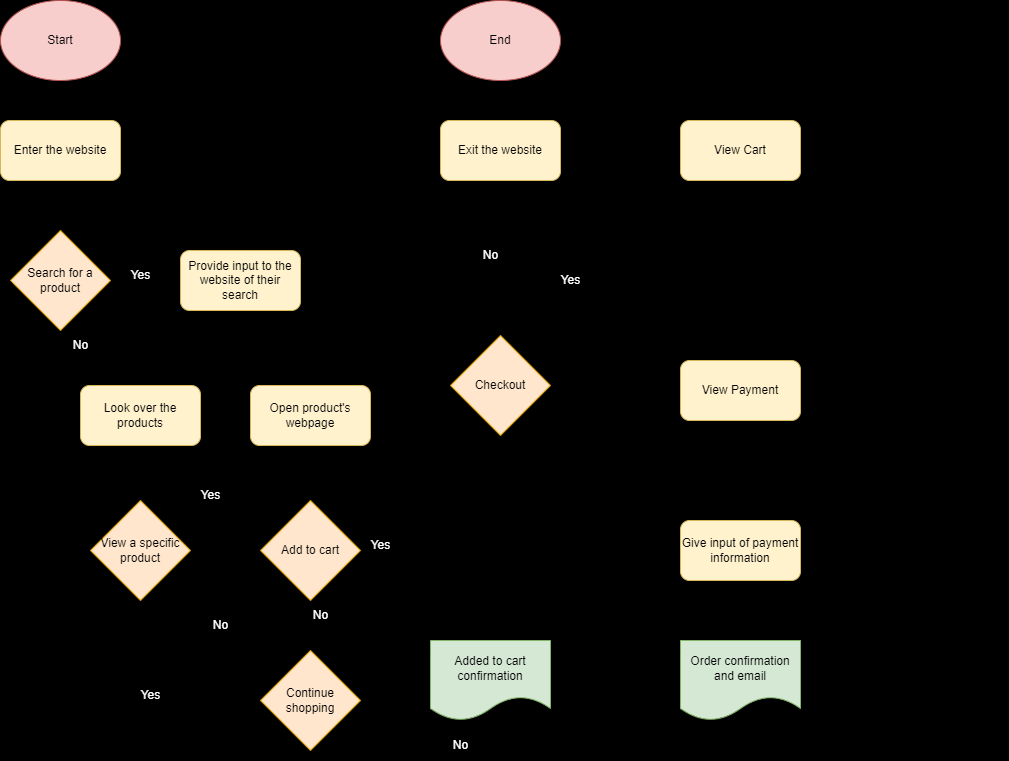
Before: explore/diagramming/diagram.drawio.png, a diagram exported from draw.io (Nahuey/sp23-cse110-lab4). Source tidied: cells renumbered, new cells last; positions are measured from the earlier drawing's top-left corner, leaving out a move shared by most shapes.
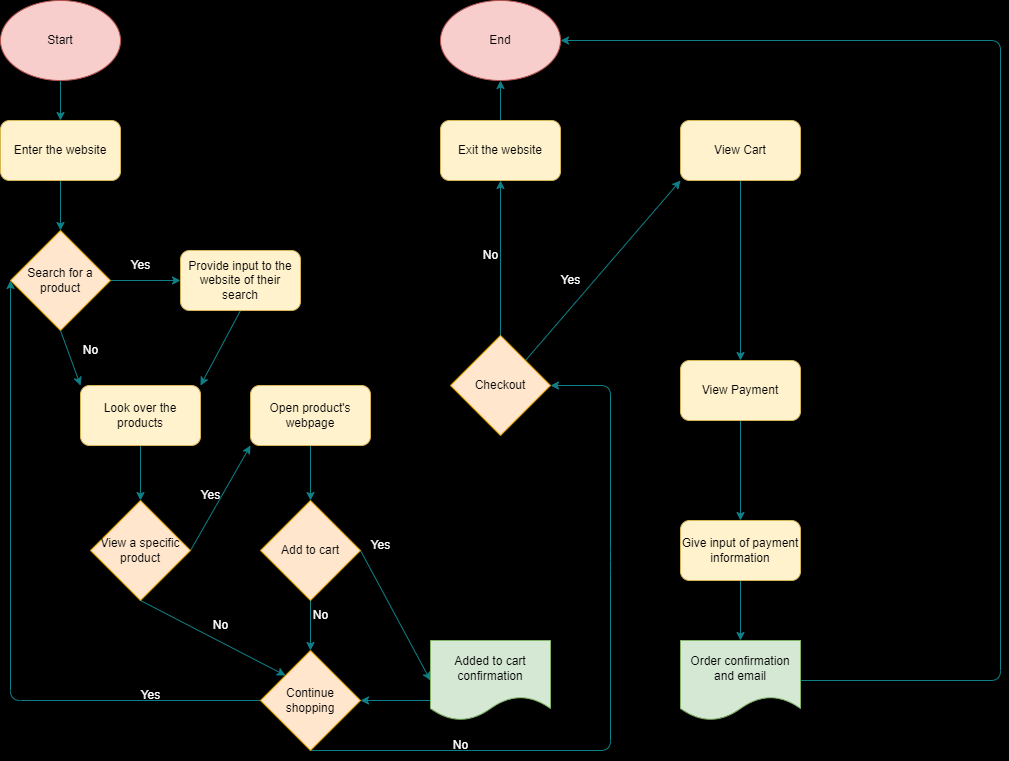
After the commit.

Commit message:
Edit lines in diagram

Diff of the diagram source:
```diff
@@ -2,62 +2,62 @@
   <root>
     <mxCell id="0" />
     <mxCell id="1" parent="0" />
-    <mxCell id="2" style="edgeStyle=none;html=1;exitX=0.5;exitY=1;exitDx=0;exitDy=0;entryX=0.5;entryY=0;entryDx=0;entryDy=0;fontColor=#000000;" parent="1" edge="1" source="3" target="5">
+    <mxCell id="2" style="edgeStyle=none;html=1;exitX=0.5;exitY=1;exitDx=0;exitDy=0;entryX=0.5;entryY=0;entryDx=0;entryDy=0;fontColor=#000000;strokeColor=#0e8088;fillColor=#b0e3e6;" parent="1" edge="1" source="3" target="5">
       <mxGeometry relative="1" as="geometry" />
     </mxCell>
     <mxCell id="3" value="&lt;font color=&quot;#000000&quot;&gt;Start&lt;/font&gt;" style="ellipse;whiteSpace=wrap;html=1;fillColor=#f8cecc;strokeColor=#b85450;" parent="1" vertex="1">
       <mxGeometry width="120" height="80" as="geometry" />
     </mxCell>
-    <mxCell id="4" style="edgeStyle=none;html=1;exitX=0.5;exitY=1;exitDx=0;exitDy=0;fontColor=#000000;" parent="1" edge="1" source="5" target="8">
+    <mxCell id="4" style="edgeStyle=none;html=1;exitX=0.5;exitY=1;exitDx=0;exitDy=0;fontColor=#000000;fillColor=#b0e3e6;strokeColor=#0e8088;" parent="1" edge="1" source="5" target="8">
       <mxGeometry relative="1" as="geometry" />
     </mxCell>
     <mxCell id="5" value="&lt;font color=&quot;#000000&quot;&gt;Enter the website&lt;/font&gt;" style="rounded=1;whiteSpace=wrap;html=1;fillColor=#fff2cc;strokeColor=#d6b656;" parent="1" vertex="1">
       <mxGeometry y="120" width="120" height="60" as="geometry" />
     </mxCell>
-    <mxCell id="6" style="edgeStyle=none;html=1;exitX=1;exitY=0.5;exitDx=0;exitDy=0;entryX=0;entryY=0.5;entryDx=0;entryDy=0;fontColor=#000000;" parent="1" edge="1" source="8" target="10">
+    <mxCell id="6" style="edgeStyle=none;html=1;exitX=1;exitY=0.5;exitDx=0;exitDy=0;entryX=0;entryY=0.5;entryDx=0;entryDy=0;fontColor=#000000;fillColor=#b0e3e6;strokeColor=#0e8088;" parent="1" edge="1" source="8" target="10">
       <mxGeometry relative="1" as="geometry" />
     </mxCell>
-    <mxCell id="7" style="edgeStyle=none;html=1;exitX=0.5;exitY=1;exitDx=0;exitDy=0;entryX=0;entryY=0;entryDx=0;entryDy=0;fontColor=#000000;" parent="1" edge="1" source="8" target="13">
+    <mxCell id="7" style="edgeStyle=none;html=1;exitX=0.5;exitY=1;exitDx=0;exitDy=0;entryX=0;entryY=0;entryDx=0;entryDy=0;fontColor=#000000;fillColor=#b0e3e6;strokeColor=#0e8088;" parent="1" edge="1" source="8" target="13">
       <mxGeometry relative="1" as="geometry" />
     </mxCell>
     <mxCell id="8" value="&lt;font color=&quot;#000000&quot;&gt;Search for a product&lt;/font&gt;" style="rhombus;whiteSpace=wrap;html=1;fillColor=#ffe6cc;strokeColor=#d79b00;" parent="1" vertex="1">
       <mxGeometry x="10" y="230" width="100" height="100" as="geometry" />
     </mxCell>
-    <mxCell id="9" style="edgeStyle=none;html=1;exitX=0.5;exitY=1;exitDx=0;exitDy=0;entryX=1;entryY=0;entryDx=0;entryDy=0;fontColor=#000000;" parent="1" edge="1" source="10" target="13">
+    <mxCell id="9" style="edgeStyle=none;html=1;exitX=0.5;exitY=1;exitDx=0;exitDy=0;entryX=1;entryY=0;entryDx=0;entryDy=0;fontColor=#000000;fillColor=#b0e3e6;strokeColor=#0e8088;" parent="1" edge="1" source="10" target="13">
       <mxGeometry relative="1" as="geometry" />
     </mxCell>
     <mxCell id="10" value="&lt;font color=&quot;#000000&quot;&gt;Provide input to the website of their search&lt;/font&gt;" style="rounded=1;whiteSpace=wrap;html=1;fillColor=#fff2cc;strokeColor=#d6b656;" parent="1" vertex="1">
       <mxGeometry x="180" y="250" width="120" height="60" as="geometry" />
     </mxCell>
     <mxCell id="11" value="&lt;font color=&quot;#ffffff&quot;&gt;Yes&lt;/font&gt;" style="text;html=1;align=center;verticalAlign=middle;strokeColor=none;fillColor=none;fontColor=#000000;" parent="1" vertex="1">
-      <mxGeometry x="120" y="260" width="40" height="30" as="geometry" />
+      <mxGeometry x="120" y="250" width="40" height="30" as="geometry" />
     </mxCell>
-    <mxCell id="12" style="edgeStyle=none;html=1;exitX=0.5;exitY=1;exitDx=0;exitDy=0;fontColor=#FFFFFF;" parent="1" edge="1" source="13" target="17">
+    <mxCell id="12" style="edgeStyle=none;html=1;exitX=0.5;exitY=1;exitDx=0;exitDy=0;fontColor=#FFFFFF;fillColor=#b0e3e6;strokeColor=#0e8088;" parent="1" edge="1" source="13" target="17">
       <mxGeometry relative="1" as="geometry" />
     </mxCell>
     <mxCell id="13" value="&lt;font color=&quot;#000000&quot;&gt;Look over the products&lt;/font&gt;" style="rounded=1;whiteSpace=wrap;html=1;fillColor=#fff2cc;strokeColor=#d6b656;" parent="1" vertex="1">
       <mxGeometry x="80" y="385" width="120" height="60" as="geometry" />
     </mxCell>
     <mxCell id="14" value="&lt;font color=&quot;#ffffff&quot;&gt;No&lt;/font&gt;" style="text;html=1;align=center;verticalAlign=middle;strokeColor=none;fillColor=none;fontColor=#000000;" parent="1" vertex="1">
-      <mxGeometry x="60" y="330" width="40" height="30" as="geometry" />
+      <mxGeometry x="70" y="335" width="40" height="30" as="geometry" />
     </mxCell>
-    <mxCell id="15" style="edgeStyle=none;html=1;exitX=0.5;exitY=1;exitDx=0;exitDy=0;entryX=0;entryY=0;entryDx=0;entryDy=0;fontColor=#000000;" parent="1" edge="1" source="17" target="20">
+    <mxCell id="15" style="edgeStyle=none;html=1;exitX=0.5;exitY=1;exitDx=0;exitDy=0;entryX=0;entryY=0;entryDx=0;entryDy=0;fontColor=#000000;fillColor=#b0e3e6;strokeColor=#0e8088;" parent="1" edge="1" source="17" target="20">
       <mxGeometry relative="1" as="geometry" />
     </mxCell>
-    <mxCell id="16" style="edgeStyle=none;html=1;exitX=1;exitY=0.5;exitDx=0;exitDy=0;entryX=0;entryY=1;entryDx=0;entryDy=0;fontColor=#000000;" parent="1" edge="1" source="17" target="24">
+    <mxCell id="16" style="edgeStyle=none;html=1;exitX=1;exitY=0.5;exitDx=0;exitDy=0;entryX=0;entryY=1;entryDx=0;entryDy=0;fontColor=#000000;fillColor=#b0e3e6;strokeColor=#0e8088;" parent="1" edge="1" source="17" target="24">
       <mxGeometry relative="1" as="geometry" />
     </mxCell>
     <mxCell id="17" value="&lt;font color=&quot;#000000&quot;&gt;View a specific product&lt;/font&gt;" style="rhombus;whiteSpace=wrap;html=1;fillColor=#ffe6cc;strokeColor=#d79b00;" parent="1" vertex="1">
       <mxGeometry x="90" y="500" width="100" height="100" as="geometry" />
     </mxCell>
-    <mxCell id="18" style="edgeStyle=none;html=1;exitX=0;exitY=0.5;exitDx=0;exitDy=0;entryX=0;entryY=0.5;entryDx=0;entryDy=0;fontColor=#FFFFFF;" parent="1" edge="1" source="20" target="8">
+    <mxCell id="18" style="edgeStyle=none;html=1;exitX=0;exitY=0.5;exitDx=0;exitDy=0;entryX=0;entryY=0.5;entryDx=0;entryDy=0;fontColor=#FFFFFF;fillColor=#b0e3e6;strokeColor=#0e8088;" parent="1" edge="1" source="20" target="8">
       <mxGeometry relative="1" as="geometry">
         <Array as="points">
           <mxPoint x="10" y="700" />
         </Array>
       </mxGeometry>
     </mxCell>
-    <mxCell id="19" style="edgeStyle=none;html=1;exitX=0.5;exitY=1;exitDx=0;exitDy=0;fontColor=#000000;entryX=1;entryY=0.5;entryDx=0;entryDy=0;" parent="1" edge="1" source="20" target="35">
+    <mxCell id="19" style="edgeStyle=none;html=1;exitX=0.5;exitY=1;exitDx=0;exitDy=0;fontColor=#000000;entryX=1;entryY=0.5;entryDx=0;entryDy=0;fillColor=#b0e3e6;strokeColor=#0e8088;" parent="1" edge="1" source="20" target="35">
       <mxGeometry relative="1" as="geometry">
         <Array as="points">
           <mxPoint x="610" y="750" />
@@ -75,7 +75,7 @@
     <mxCell id="22" value="Yes" style="text;html=1;align=center;verticalAlign=middle;strokeColor=none;fillColor=none;fontColor=#FFFFFF;" parent="1" vertex="1">
       <mxGeometry x="130" y="680" width="40" height="30" as="geometry" />
     </mxCell>
-    <mxCell id="23" style="edgeStyle=none;html=1;exitX=0.5;exitY=1;exitDx=0;exitDy=0;entryX=0.5;entryY=0;entryDx=0;entryDy=0;fontColor=#000000;" parent="1" edge="1" source="24" target="28">
+    <mxCell id="23" style="edgeStyle=none;html=1;exitX=0.5;exitY=1;exitDx=0;exitDy=0;entryX=0.5;entryY=0;entryDx=0;entryDy=0;fontColor=#000000;fillColor=#b0e3e6;strokeColor=#0e8088;" parent="1" edge="1" source="24" target="28">
       <mxGeometry relative="1" as="geometry" />
     </mxCell>
     <mxCell id="24" value="&lt;font color=&quot;#000000&quot;&gt;Open product's webpage&lt;/font&gt;" style="rounded=1;whiteSpace=wrap;html=1;fillColor=#fff2cc;strokeColor=#d6b656;" parent="1" vertex="1">
@@ -84,10 +84,10 @@
     <mxCell id="25" value="Yes" style="text;html=1;align=center;verticalAlign=middle;strokeColor=none;fillColor=none;fontColor=#FFFFFF;" parent="1" vertex="1">
       <mxGeometry x="190" y="480" width="40" height="30" as="geometry" />
     </mxCell>
-    <mxCell id="26" style="edgeStyle=none;html=1;exitX=1;exitY=0.5;exitDx=0;exitDy=0;entryX=0;entryY=0.5;entryDx=0;entryDy=0;fontColor=#000000;" parent="1" edge="1" source="28" target="31">
+    <mxCell id="26" style="edgeStyle=none;html=1;exitX=1;exitY=0.5;exitDx=0;exitDy=0;entryX=0;entryY=0.5;entryDx=0;entryDy=0;fontColor=#000000;fillColor=#b0e3e6;strokeColor=#0e8088;" parent="1" edge="1" source="28" target="31">
       <mxGeometry relative="1" as="geometry" />
     </mxCell>
-    <mxCell id="27" style="edgeStyle=none;html=1;exitX=0.5;exitY=1;exitDx=0;exitDy=0;entryX=0.5;entryY=0;entryDx=0;entryDy=0;fontColor=#000000;" parent="1" edge="1" source="28" target="20">
+    <mxCell id="27" style="edgeStyle=none;html=1;exitX=0.5;exitY=1;exitDx=0;exitDy=0;entryX=0.5;entryY=0;entryDx=0;entryDy=0;fontColor=#000000;fillColor=#b0e3e6;strokeColor=#0e8088;" parent="1" edge="1" source="28" target="20">
       <mxGeometry relative="1" as="geometry" />
     </mxCell>
     <mxCell id="28" value="&lt;font color=&quot;#000000&quot;&gt;Add to cart&lt;/font&gt;" style="rhombus;whiteSpace=wrap;html=1;fillColor=#ffe6cc;strokeColor=#d79b00;" parent="1" vertex="1">
@@ -96,7 +96,7 @@
     <mxCell id="29" value="No" style="text;html=1;align=center;verticalAlign=middle;strokeColor=none;fillColor=none;fontColor=#FFFFFF;" parent="1" vertex="1">
       <mxGeometry x="300" y="600" width="40" height="30" as="geometry" />
     </mxCell>
-    <mxCell id="30" style="edgeStyle=none;html=1;exitX=0;exitY=0.75;exitDx=0;exitDy=0;entryX=1;entryY=0.5;entryDx=0;entryDy=0;fontColor=#000000;" parent="1" edge="1" source="31" target="20">
+    <mxCell id="30" style="edgeStyle=none;html=1;exitX=0;exitY=0.75;exitDx=0;exitDy=0;entryX=1;entryY=0.5;entryDx=0;entryDy=0;fontColor=#000000;fillColor=#b0e3e6;strokeColor=#0e8088;" parent="1" edge="1" source="31" target="20">
       <mxGeometry relative="1" as="geometry" />
     </mxCell>
     <mxCell id="31" value="&lt;font color=&quot;#000000&quot;&gt;Added to cart confirmation&lt;/font&gt;" style="shape=document;whiteSpace=wrap;html=1;boundedLbl=1;fillColor=#d5e8d4;strokeColor=#82b366;" parent="1" vertex="1">
@@ -105,10 +105,10 @@
     <mxCell id="32" value="Yes" style="text;html=1;align=center;verticalAlign=middle;strokeColor=none;fillColor=none;fontColor=#FFFFFF;" parent="1" vertex="1">
       <mxGeometry x="360" y="530" width="40" height="30" as="geometry" />
     </mxCell>
-    <mxCell id="33" style="edgeStyle=none;html=1;exitX=0.5;exitY=0;exitDx=0;exitDy=0;entryX=0.5;entryY=1;entryDx=0;entryDy=0;fontColor=#000000;" parent="1" edge="1" source="35" target="38">
+    <mxCell id="33" style="edgeStyle=none;html=1;exitX=0.5;exitY=0;exitDx=0;exitDy=0;entryX=0.5;entryY=1;entryDx=0;entryDy=0;fontColor=#000000;fillColor=#b0e3e6;strokeColor=#0e8088;" parent="1" edge="1" source="35" target="38">
       <mxGeometry relative="1" as="geometry" />
     </mxCell>
-    <mxCell id="34" style="edgeStyle=none;html=1;exitX=1;exitY=0;exitDx=0;exitDy=0;entryX=0;entryY=1;entryDx=0;entryDy=0;fontColor=#000000;" parent="1" edge="1" source="35" target="42">
+    <mxCell id="34" style="edgeStyle=none;html=1;exitX=1;exitY=0;exitDx=0;exitDy=0;entryX=0;entryY=1;entryDx=0;entryDy=0;fontColor=#000000;fillColor=#b0e3e6;strokeColor=#0e8088;" parent="1" edge="1" source="35" target="42">
       <mxGeometry relative="1" as="geometry" />
     </mxCell>
     <mxCell id="35" value="&lt;font color=&quot;#000000&quot;&gt;Checkout&lt;/font&gt;" style="rhombus;whiteSpace=wrap;html=1;fillColor=#ffe6cc;strokeColor=#d79b00;" parent="1" vertex="1">
@@ -117,7 +117,7 @@
     <mxCell id="36" value="No" style="text;html=1;align=center;verticalAlign=middle;strokeColor=none;fillColor=none;fontColor=#FFFFFF;" parent="1" vertex="1">
       <mxGeometry x="440" y="730" width="40" height="30" as="geometry" />
     </mxCell>
-    <mxCell id="37" style="edgeStyle=none;html=1;exitX=0.5;exitY=0;exitDx=0;exitDy=0;entryX=0.5;entryY=1;entryDx=0;entryDy=0;fontColor=#000000;" parent="1" edge="1" source="38" target="39">
+    <mxCell id="37" style="edgeStyle=none;html=1;exitX=0.5;exitY=0;exitDx=0;exitDy=0;entryX=0.5;entryY=1;entryDx=0;entryDy=0;fontColor=#000000;fillColor=#b0e3e6;strokeColor=#0e8088;" parent="1" edge="1" source="38" target="39">
       <mxGeometry relative="1" as="geometry" />
     </mxCell>
     <mxCell id="38" value="&lt;font color=&quot;#000000&quot;&gt;Exit the website&lt;/font&gt;" style="rounded=1;whiteSpace=wrap;html=1;fillColor=#fff2cc;strokeColor=#d6b656;" parent="1" vertex="1">
@@ -129,7 +129,7 @@
     <mxCell id="40" value="&lt;font color=&quot;#ffffff&quot;&gt;No&lt;/font&gt;" style="text;html=1;align=center;verticalAlign=middle;strokeColor=none;fillColor=none;fontColor=#000000;" parent="1" vertex="1">
       <mxGeometry x="470" y="240" width="40" height="30" as="geometry" />
     </mxCell>
-    <mxCell id="41" style="edgeStyle=none;html=1;exitX=0.5;exitY=1;exitDx=0;exitDy=0;entryX=0.5;entryY=0;entryDx=0;entryDy=0;fontColor=#000000;" parent="1" edge="1" source="42" target="45">
+    <mxCell id="41" style="edgeStyle=none;html=1;exitX=0.5;exitY=1;exitDx=0;exitDy=0;entryX=0.5;entryY=0;entryDx=0;entryDy=0;fontColor=#000000;fillColor=#b0e3e6;strokeColor=#0e8088;" parent="1" edge="1" source="42" target="45">
       <mxGeometry relative="1" as="geometry" />
     </mxCell>
     <mxCell id="42" value="&lt;font color=&quot;#000000&quot;&gt;View Cart&lt;/font&gt;" style="rounded=1;whiteSpace=wrap;html=1;fillColor=#fff2cc;strokeColor=#d6b656;" parent="1" vertex="1">
@@ -138,19 +138,19 @@
     <mxCell id="43" value="Yes" style="text;html=1;align=center;verticalAlign=middle;strokeColor=none;fillColor=none;fontColor=#FFFFFF;" parent="1" vertex="1">
       <mxGeometry x="550" y="265" width="40" height="30" as="geometry" />
     </mxCell>
-    <mxCell id="44" style="edgeStyle=none;html=1;exitX=0.5;exitY=1;exitDx=0;exitDy=0;entryX=0.5;entryY=0;entryDx=0;entryDy=0;fontColor=#000000;" parent="1" edge="1" source="45" target="47">
+    <mxCell id="44" style="edgeStyle=none;html=1;exitX=0.5;exitY=1;exitDx=0;exitDy=0;entryX=0.5;entryY=0;entryDx=0;entryDy=0;fontColor=#000000;fillColor=#b0e3e6;strokeColor=#0e8088;" parent="1" edge="1" source="45" target="47">
       <mxGeometry relative="1" as="geometry" />
     </mxCell>
     <mxCell id="45" value="&lt;font color=&quot;#000000&quot;&gt;View Payment&lt;/font&gt;" style="rounded=1;whiteSpace=wrap;html=1;fillColor=#fff2cc;strokeColor=#d6b656;" parent="1" vertex="1">
       <mxGeometry x="680" y="360" width="120" height="60" as="geometry" />
     </mxCell>
-    <mxCell id="46" style="edgeStyle=none;html=1;exitX=0.5;exitY=1;exitDx=0;exitDy=0;entryX=0.5;entryY=0;entryDx=0;entryDy=0;fontColor=#000000;" parent="1" edge="1" source="47" target="49">
+    <mxCell id="46" style="edgeStyle=none;html=1;exitX=0.5;exitY=1;exitDx=0;exitDy=0;entryX=0.5;entryY=0;entryDx=0;entryDy=0;fontColor=#000000;fillColor=#b0e3e6;strokeColor=#0e8088;" parent="1" edge="1" source="47" target="49">
       <mxGeometry relative="1" as="geometry" />
     </mxCell>
     <mxCell id="47" value="&lt;font color=&quot;#000000&quot;&gt;Give input of payment information&lt;/font&gt;" style="rounded=1;whiteSpace=wrap;html=1;fillColor=#fff2cc;strokeColor=#d6b656;" parent="1" vertex="1">
       <mxGeometry x="680" y="520" width="120" height="60" as="geometry" />
     </mxCell>
-    <mxCell id="48" style="edgeStyle=none;html=1;exitX=1;exitY=0.5;exitDx=0;exitDy=0;entryX=1;entryY=0.5;entryDx=0;entryDy=0;fontColor=#000000;" parent="1" edge="1" source="49" target="39">
+    <mxCell id="48" style="edgeStyle=none;html=1;exitX=1;exitY=0.5;exitDx=0;exitDy=0;entryX=1;entryY=0.5;entryDx=0;entryDy=0;fontColor=#000000;fillColor=#b0e3e6;strokeColor=#0e8088;" parent="1" edge="1" source="49" target="39">
       <mxGeometry relative="1" as="geometry">
         <Array as="points">
           <mxPoint x="1000" y="680" />
```
